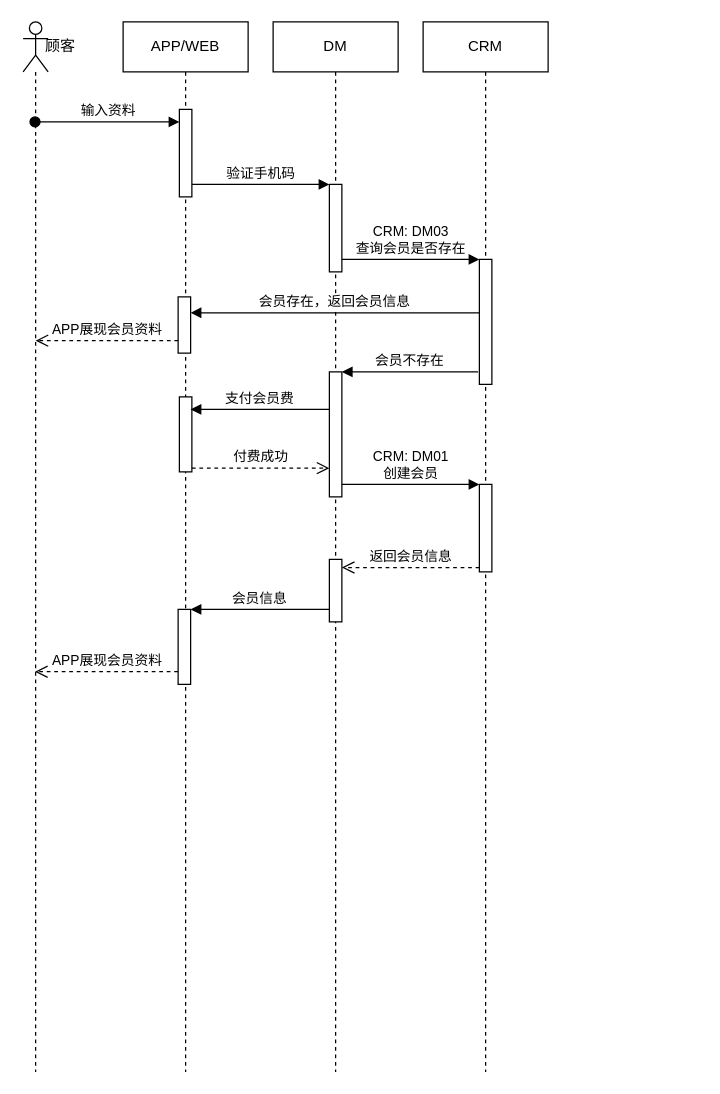
luss613/draw.io keeps this draw.io diagram as page "会员注册(DM发起)" (1 of 11) of DM系统对接.drawio. Above is the earlier version. Source tidied: cells renumbered, new cells numbered last; positions are measured from the earlier drawing's top-left corner, leaving out a move shared by most shapes. Both pictures are drawn from the tidied source at 125%, with x=0, y=0 at pixel (22, 21).
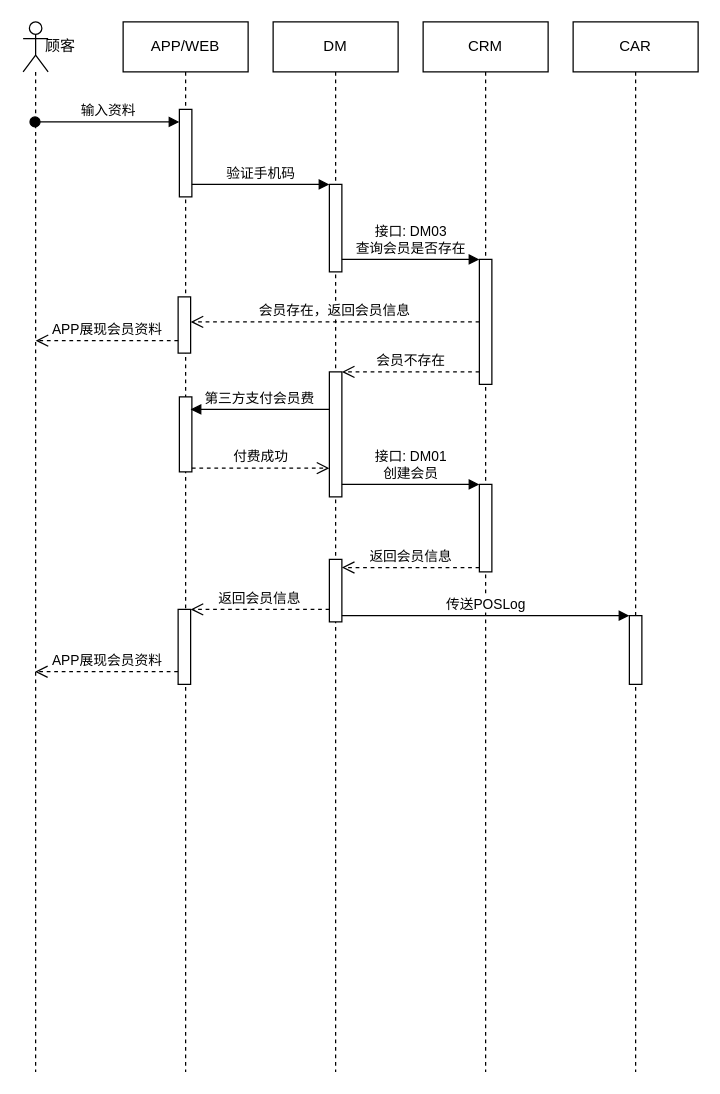
Above is the later version.

Unchanged cells that the change refers to:
```xml
<mxCell id="5" style="html=1;points=[];perimeter=orthogonalPerimeter;" parent="3" vertex="1">
  <mxGeometry x="44" y="470" width="10" height="60" as="geometry" />
</mxCell>
<mxCell id="6" style="html=1;points=[];perimeter=orthogonalPerimeter;" parent="3" vertex="1">
  <mxGeometry x="44" y="220" width="10" height="45" as="geometry" />
</mxCell>
<mxCell id="8" style="html=1;points=[];perimeter=orthogonalPerimeter;" parent="7" vertex="1">
  <mxGeometry x="45" y="130" width="10" height="70" as="geometry" />
</mxCell>
<mxCell id="9" style="html=1;points=[];perimeter=orthogonalPerimeter;" parent="7" vertex="1">
  <mxGeometry x="45" y="430" width="10" height="50" as="geometry" />
</mxCell>
<mxCell id="11" style="html=1;points=[];perimeter=orthogonalPerimeter;" parent="10" vertex="1">
  <mxGeometry x="45" y="190" width="10" height="100" as="geometry" />
</mxCell>
<mxCell id="12" style="html=1;points=[];perimeter=orthogonalPerimeter;" parent="10" vertex="1">
  <mxGeometry x="45" y="370" width="10" height="70" as="geometry" />
</mxCell>
<mxCell id="18" style="html=1;points=[];perimeter=orthogonalPerimeter;" parent="1" vertex="1">
  <mxGeometry x="245" y="280" width="10" height="100" as="geometry" />
</mxCell>
```

Change to the diagram source:
```diff
@@
-    <mxCell id="16" value="CRM: DM03&lt;br&gt;查询会员是否存在" style="html=1;verticalAlign=bottom;endArrow=block;entryX=0;entryY=0;" parent="1" edge="1" source="8" target="11">
+    <mxCell id="16" value="接口: DM03&lt;br&gt;查询会员是否存在" style="html=1;verticalAlign=bottom;endArrow=block;entryX=0;entryY=0;" parent="1" edge="1" source="8" target="11">
       <mxGeometry relative="1" as="geometry" />
     </mxCell>
-    <mxCell id="17" value="会员不存在" style="html=1;verticalAlign=bottom;endArrow=block;" parent="1" edge="1" target="18">
-      <mxGeometry relative="1" as="geometry">
-        <mxPoint x="364" y="280" as="sourcePoint" />
-      </mxGeometry>
-    </mxCell>
@@
-    <mxCell id="20" value="CRM: DM01&lt;br&gt;创建会员" style="html=1;verticalAlign=bottom;endArrow=block;" parent="1" edge="1" source="18" target="12">
+    <mxCell id="20" value="接口: DM01&lt;br&gt;创建会员" style="html=1;verticalAlign=bottom;endArrow=block;" parent="1" edge="1" source="18" target="12">
       <mxGeometry relative="1" as="geometry" />
     </mxCell>
@@
-    <mxCell id="22" value="会员信息" style="html=1;verticalAlign=bottom;endArrow=block;entryX=1;entryY=0;" parent="1" edge="1" source="9" target="5">
-      <mxGeometry relative="1" as="geometry" />
-    </mxCell>
@@
-    <mxCell id="24" value="会员存在，返回会员信息" style="html=1;verticalAlign=bottom;endArrow=block;exitX=0.006;exitY=0.427;exitDx=0;exitDy=0;exitPerimeter=0;" parent="1" edge="1" source="11" target="6">
-      <mxGeometry relative="1" as="geometry" />
-    </mxCell>
@@
-    <mxCell id="26" value="支付会员费" style="html=1;verticalAlign=bottom;endArrow=block;entryX=1;entryY=0;" parent="1" edge="1">
+    <mxCell id="26" value="第三方支付会员费" style="html=1;verticalAlign=bottom;endArrow=block;entryX=1;entryY=0;" parent="1" edge="1">
       <mxGeometry relative="1" as="geometry">
         <mxPoint x="245" y="310" as="sourcePoint" />
         <mxPoint x="134" y="310" as="targetPoint" />
       </mxGeometry>
     </mxCell>
@@
+    <mxCell id="24" value="会员存在，返回会员信息" style="html=1;verticalAlign=bottom;endArrow=open;dashed=1;endSize=8;" parent="1" edge="1" source="11" target="6">
+      <mxGeometry relative="1" as="geometry" />
+    </mxCell>
+    <mxCell id="17" value="会员不存在" style="html=1;verticalAlign=bottom;endArrow=open;dashed=1;endSize=8;" parent="1" edge="1" source="11" target="18">
+      <mxGeometry relative="1" as="geometry" />
+    </mxCell>
+    <mxCell id="22" value="返回会员信息" style="html=1;verticalAlign=bottom;endArrow=open;dashed=1;endSize=8;" parent="1" edge="1" source="9" target="5">
+      <mxGeometry relative="1" as="geometry" />
+    </mxCell>
+    <mxCell id="28" value="CAR" style="shape=umlLifeline;perimeter=lifelinePerimeter;whiteSpace=wrap;html=1;" parent="1" vertex="1">
+      <mxGeometry x="440" width="100" height="840" as="geometry" />
+    </mxCell>
+    <mxCell id="29" style="html=1;points=[];perimeter=orthogonalPerimeter;" parent="28" vertex="1">
+      <mxGeometry x="45" y="475" width="10" height="55" as="geometry" />
+    </mxCell>
+    <mxCell id="30" value="传送POSLog" style="html=1;verticalAlign=bottom;endArrow=block;" parent="1" edge="1" source="9" target="29">
+      <mxGeometry relative="1" as="geometry" />
+    </mxCell>
```
